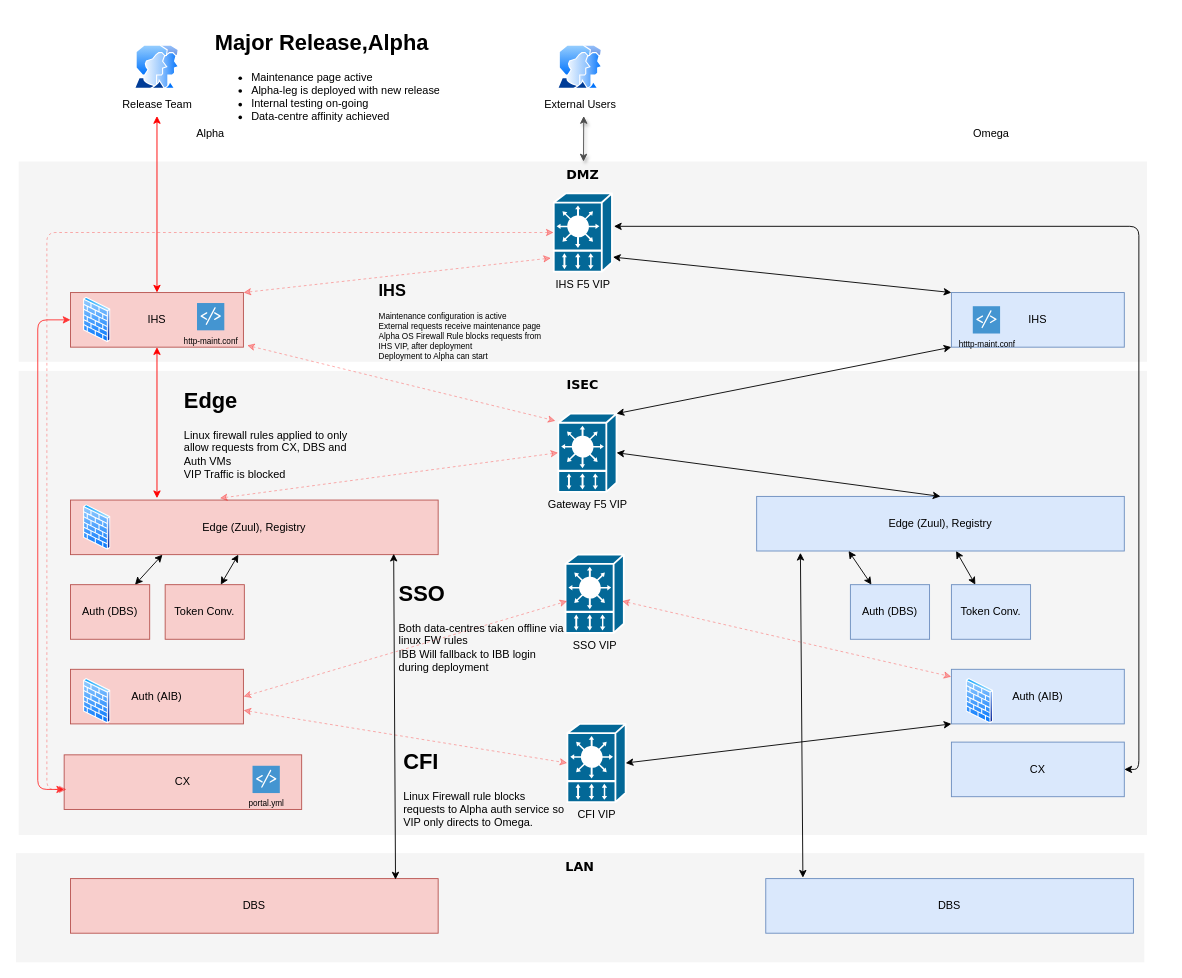
The draw.io diagram src/main/resources/topology-major-release.drawio in hughrossdublin/cardsproxy, before the edit. Source tidied: cells renumbered, new cells numbered last; positions are measured from the earlier drawing's top-left corner, leaving out a move shared by most shapes. Both pictures are drawn from the tidied source at 91%, with x=0, y=0 at pixel (15, 25).
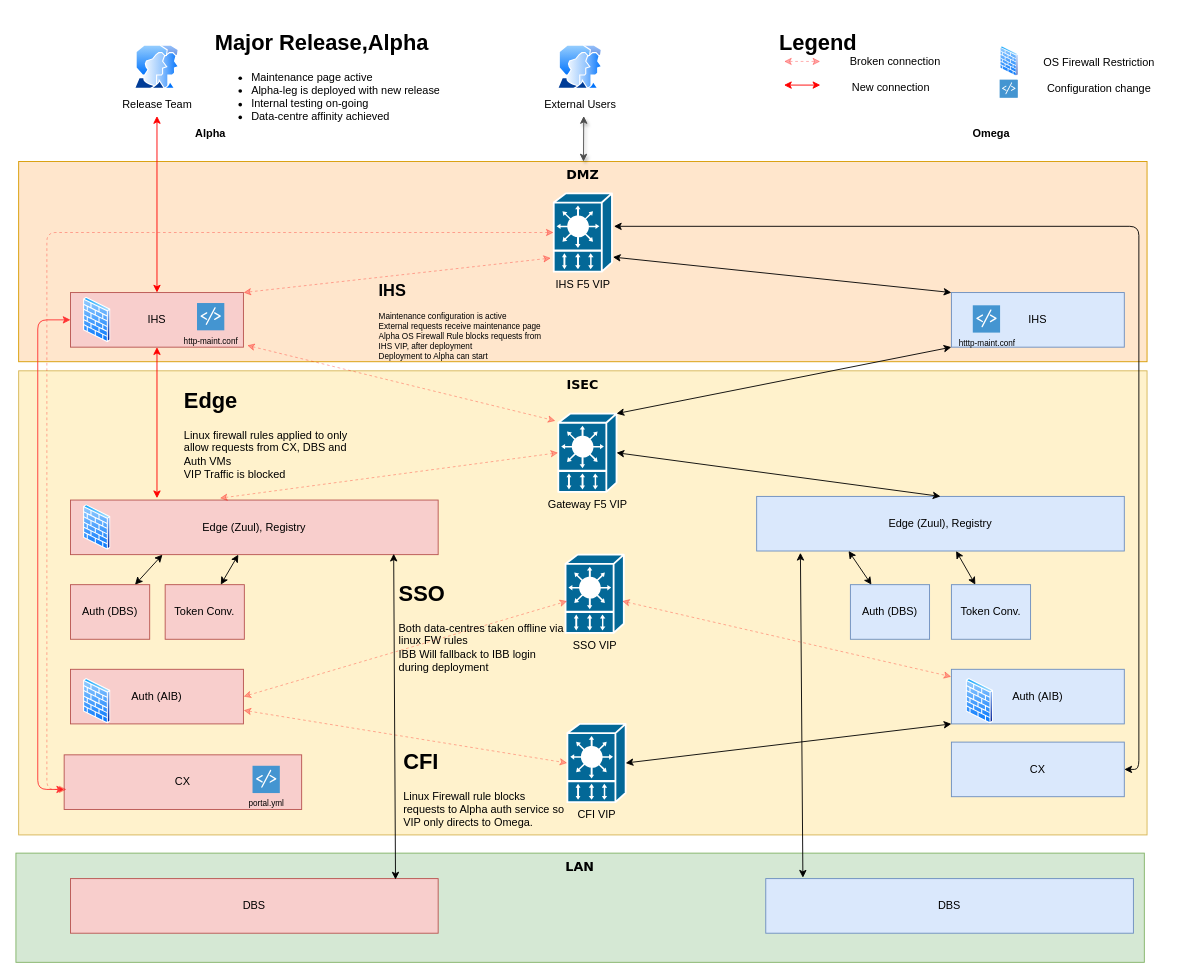
After the change.

Diff of the diagram source:
```diff
@@
-    <mxCell id="2" value="LAN" style="whiteSpace=wrap;html=1;rounded=0;shadow=0;comic=0;strokeWidth=1;fontFamily=Verdana;fontSize=14;fillColor=#f5f5f5;strokeColor=none;verticalAlign=top;fontStyle=1;" parent="1" vertex="1">
+    <mxCell id="2" value="LAN" style="whiteSpace=wrap;html=1;rounded=0;shadow=0;comic=0;strokeWidth=1;fontFamily=Verdana;fontSize=14;fillColor=#d5e8d4;strokeColor=#82b366;verticalAlign=top;fontStyle=1;" parent="1" vertex="1">
       <mxGeometry y="910" width="1240" height="120" as="geometry" />
     </mxCell>
-    <mxCell id="3" value="DMZ" style="whiteSpace=wrap;html=1;rounded=0;shadow=0;comic=0;strokeWidth=1;fontFamily=Verdana;fontSize=14;fillColor=#f5f5f5;strokeColor=none;verticalAlign=top;fontStyle=1;" parent="1" vertex="1">
+    <mxCell id="3" value="DMZ" style="whiteSpace=wrap;html=1;rounded=0;shadow=0;comic=0;strokeWidth=1;fontFamily=Verdana;fontSize=14;fillColor=#ffe6cc;strokeColor=#d79b00;verticalAlign=top;fontStyle=1;" parent="1" vertex="1">
       <mxGeometry x="3" y="150" width="1240" height="220" as="geometry" />
     </mxCell>
@@
-    <mxCell id="8" value="ISEC" style="whiteSpace=wrap;html=1;rounded=0;shadow=0;comic=0;strokeWidth=1;fontFamily=Verdana;fontSize=14;fillColor=#f5f5f5;strokeColor=none;verticalAlign=top;fontStyle=1;" parent="1" vertex="1">
+    <mxCell id="8" value="ISEC" style="whiteSpace=wrap;html=1;rounded=0;shadow=0;comic=0;strokeWidth=1;fontFamily=Verdana;fontSize=14;fillColor=#fff2cc;strokeColor=#d6b656;verticalAlign=top;fontStyle=1;" parent="1" vertex="1">
       <mxGeometry x="3" y="380" width="1240" height="510" as="geometry" />
     </mxCell>
@@
-    <mxCell id="42" value="Alpha" style="text;html=1;strokeColor=none;fillColor=none;align=center;verticalAlign=middle;whiteSpace=wrap;rounded=0;" parent="1" vertex="1">
+    <mxCell id="42" value="Alpha" style="text;html=1;strokeColor=none;fillColor=none;align=center;verticalAlign=middle;whiteSpace=wrap;rounded=0;fontStyle=1;" parent="1" vertex="1">
       <mxGeometry x="194" y="110" width="40" height="20" as="geometry" />
     </mxCell>
-    <mxCell id="43" value="Omega" style="text;html=1;strokeColor=none;fillColor=none;align=center;verticalAlign=middle;whiteSpace=wrap;rounded=0;" parent="1" vertex="1">
+    <mxCell id="43" value="Omega" style="text;html=1;strokeColor=none;fillColor=none;align=center;verticalAlign=middle;whiteSpace=wrap;rounded=0;fontStyle=1;" parent="1" vertex="1">
       <mxGeometry x="1051.5" y="110" width="40" height="20" as="geometry" />
     </mxCell>
@@
     <mxCell id="51" value="htttp-maint.conf" style="shadow=0;dashed=0;html=1;strokeColor=none;fillColor=#4495D1;labelPosition=center;verticalLabelPosition=bottom;verticalAlign=top;align=center;shape=mxgraph.veeam.script;fontSize=9;" parent="1" vertex="1">
-      <mxGeometry x="1051.5" y="309" width="30" height="30" as="geometry" />
+      <mxGeometry x="1051.5" y="308" width="30" height="30" as="geometry" />
     </mxCell>
@@
+    <mxCell id="61" value="&lt;h1&gt;Legend&lt;/h1&gt;" style="text;html=1;strokeColor=none;fillColor=none;spacing=5;spacingTop=-20;whiteSpace=wrap;overflow=hidden;rounded=0;" parent="1" vertex="1">
+      <mxGeometry x="834" width="190" height="40" as="geometry" />
+    </mxCell>
+    <mxCell id="62" style="endArrow=classic;html=1;shadow=0;dashed=1;strokeColor=#FF0000;opacity=35;startArrow=classic;" parent="1" edge="1">
+      <mxGeometry relative="1" as="geometry">
+        <mxPoint x="844" y="40" as="sourcePoint" />
+        <mxPoint x="884" y="40" as="targetPoint" />
+      </mxGeometry>
+    </mxCell>
+    <mxCell id="63" value="Broken connection" style="text;html=1;strokeColor=none;fillColor=none;align=center;verticalAlign=middle;whiteSpace=wrap;rounded=0;" parent="1" vertex="1">
+      <mxGeometry x="909" y="30" width="115" height="20" as="geometry" />
+    </mxCell>
+    <mxCell id="64" style="endArrow=classic;html=1;strokeColor=#FF0000;startArrow=classic;" parent="1" edge="1">
+      <mxGeometry relative="1" as="geometry">
+        <mxPoint x="844" y="66" as="sourcePoint" />
+        <mxPoint x="884" y="66" as="targetPoint" />
+      </mxGeometry>
+    </mxCell>
+    <mxCell id="65" value="&lt;span style=&quot;font-family: &amp;#34;helvetica&amp;#34; ; font-size: 12px ; font-style: normal ; font-weight: 400 ; letter-spacing: normal ; text-align: center ; text-indent: 0px ; text-transform: none ; word-spacing: 0px ; float: none ; display: inline&quot;&gt;New connection&lt;/span&gt;" style="text;whiteSpace=wrap;html=1;" parent="1" vertex="1">
+      <mxGeometry x="917" y="55" width="120" height="30" as="geometry" />
+    </mxCell>
+    <mxCell id="66" style="perimeter=ellipsePerimeter;html=1;align=center;shadow=0;dashed=0;spacingTop=3;image;image=img/lib/active_directory/firewall.svg;" parent="1" vertex="1">
+      <mxGeometry x="1081.5" y="23.2" width="20.5" height="33.6" as="geometry" />
+    </mxCell>
+    <mxCell id="67" value="OS Firewall Restriction" style="text;html=1;strokeColor=none;fillColor=none;align=center;verticalAlign=middle;whiteSpace=wrap;rounded=0;" parent="1" vertex="1">
+      <mxGeometry x="1117" y="32" width="147" height="20" as="geometry" />
+    </mxCell>
+    <mxCell id="68" style="shadow=0;dashed=0;html=1;strokeColor=none;fillColor=#4495D1;labelPosition=center;verticalLabelPosition=bottom;verticalAlign=top;align=center;shape=mxgraph.veeam.script;fontSize=9;" parent="1" vertex="1">
+      <mxGeometry x="1081" y="60" width="20" height="20" as="geometry" />
+    </mxCell>
+    <mxCell id="69" value="Configuration change" style="text;html=1;strokeColor=none;fillColor=none;align=center;verticalAlign=middle;whiteSpace=wrap;rounded=0;" parent="1" vertex="1">
+      <mxGeometry x="1117" y="60" width="147" height="20" as="geometry" />
+    </mxCell>
```
